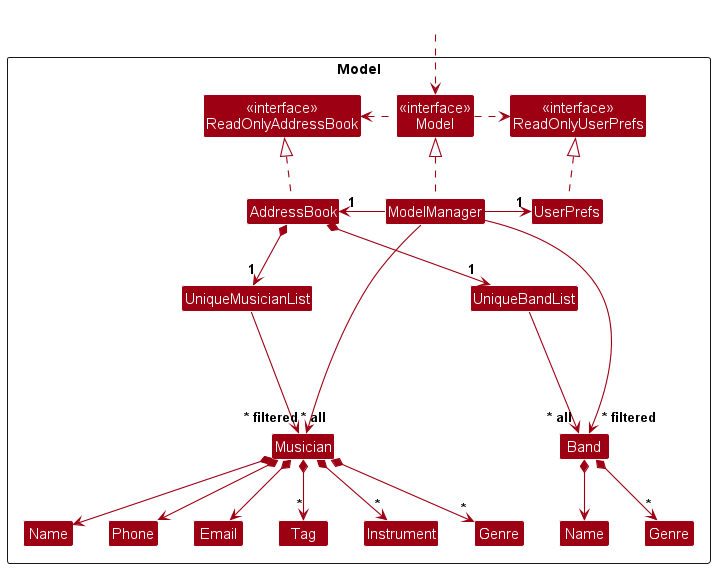
Before: docs/images/uml/ModelClassDiagram.png, a diagram exported from PlantUML (nus-cs2103-AY2324S1/tp). The source it was exported from:
```plantuml
@startuml
!include style.puml
skinparam arrowThickness 1.1
skinparam arrowColor MODEL_COLOR
skinparam classBackgroundColor MODEL_COLOR

Package Model as ModelPackage <<Rectangle>>{
Class "<<interface>>\nReadOnlyAddressBook" as ReadOnlyAddressBook
Class "<<interface>>\nReadOnlyUserPrefs" as ReadOnlyUserPrefs
Class "<<interface>>\nModel" as Model
Class AddressBook
Class ModelManager
Class UserPrefs

Class UniqueMusicianList
Class Musician
Class Instrument
Class Email
Class Name
Class Phone
Class Tag
Class "Genre" as g1

Class UniqueBandList
Class Band
Class "Name" as bandname
Class "Genre" as g2

Class I #FFFFFF
}

Class HiddenOutside #FFFFFF
HiddenOutside ..> Model

AddressBook .up.|> ReadOnlyAddressBook

ModelManager .up.|> Model
Model .right.> ReadOnlyUserPrefs
Model .left.> ReadOnlyAddressBook
ModelManager -left-> "1" AddressBook
ModelManager -right-> "1" UserPrefs
UserPrefs .up.|> ReadOnlyUserPrefs

AddressBook *--> "1" UniqueMusicianList
UniqueMusicianList --> "~* all" Musician
Musician *--> Name
Musician *--> Phone
Musician *--> Email
Musician *--> "*" Instrument
Musician *--> "*" Tag
Musician *--> "*" g1

AddressBook *--> "1" UniqueBandList
UniqueBandList --> "~* all" Band
Band *--> bandname
Band *--> "*" g2

Musician -[hidden]up--> I
Band -[hidden]up--> I
UniqueMusicianList -[hidden]right-> I
UniqueBandList -[hidden]right-> I


Name -[hidden]right-> Phone
Phone -[hidden]right-> Email
Email -[hidden]right-> Tag
Tag -[hidden]right-> Instrument
Instrument -[hidden]right-> g1

ModelManager --> "~* filtered" Musician
ModelManager --> "~* filtered" Band
@enduml
```
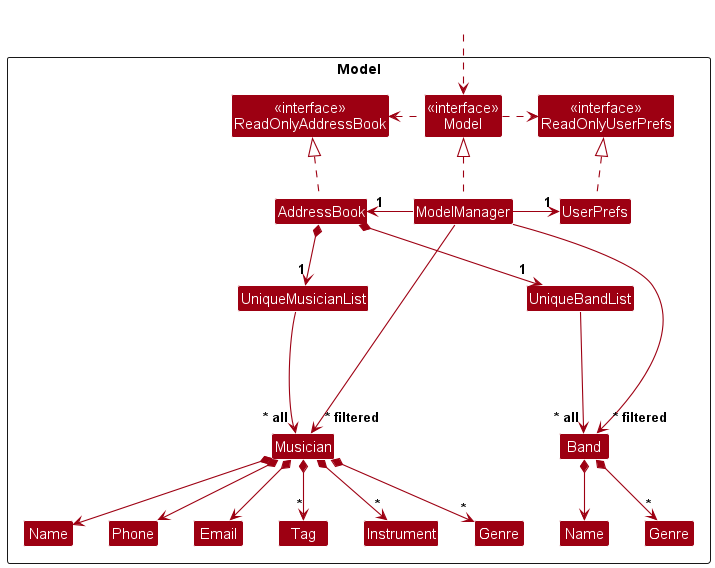
Above is the later version.

Diff of the diagram source:
```diff
@@ -59,7 +59,7 @@
 Band -[hidden]up--> I
 UniqueMusicianList -[hidden]right-> I
 UniqueBandList -[hidden]right-> I
-
+Musician -[hidden]up--> UniqueMusicianList
 
 Name -[hidden]right-> Phone
 Phone -[hidden]right-> Email
```
